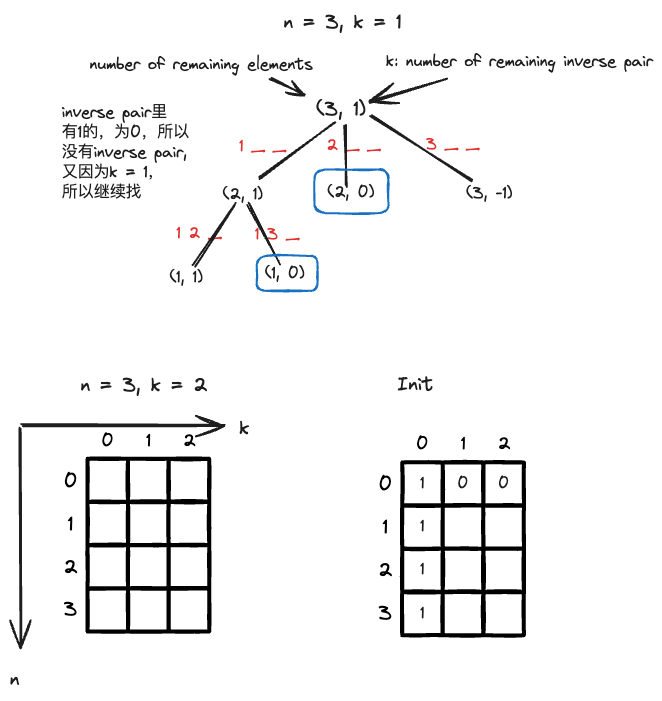
This is leetcode_with_adam/docs/leetcode/629-k-inverse-pair-array/assets/1_recursive.excalidraw.png from a4lamber/Leetcode, a Excalidraw export, as it was before one commit. Source tidied: one line per element, renumbered; positions are measured from the earlier drawing's top-left corner, leaving out a move shared by most shapes. Its diagram source:
```json
{"id": 0, "type": "text", "text": "n = 3, k = 1", "strokeColor": "#1e1e1e", "strokeWidth": 2, "roughness": 1, "fontSize": 20, "fontFamily": 1, "x": 274, "y": 0, "width": 118, "height": 25}
{"id": 1, "type": "text", "text": "(3, 1)", "strokeColor": "#1e1e1e", "strokeWidth": 2, "roughness": 1, "fontSize": 20, "fontFamily": 1, "x": 306, "y": 87, "width": 49, "height": 25}
{"id": 2, "type": "text", "text": "number of remaining elements", "strokeColor": "#1e1e1e", "strokeWidth": 2, "roughness": 1, "fontSize": 16, "fontFamily": 1, "x": 80, "y": 45, "width": 223, "height": 20}
{"id": 3, "type": "arrow", "strokeColor": "#1e1e1e", "strokeWidth": 2, "roughness": 1, "endArrowhead": "arrow", "round": true, "from": 2, "to": 1, "x": 260, "y": 70, "width": 34, "height": 16, "points": [[0, 0], [34, 16]]}
{"id": 4, "type": "text", "text": "k: number of remaining inverse pair", "strokeColor": "#1e1e1e", "strokeWidth": 2, "roughness": 1, "fontSize": 16, "fontFamily": 1, "x": 376, "y": 42, "width": 267, "height": 20}
{"id": 5, "type": "arrow", "strokeColor": "#1e1e1e", "strokeWidth": 2, "roughness": 1, "endArrowhead": "arrow", "round": true, "from": 4, "to": 1, "x": 436, "y": 68, "width": 78, "height": 24, "points": [[0, 0], [-78, 24]]}
{"id": 6, "type": "text", "text": "1 _ _", "strokeColor": "#e03131", "strokeWidth": 2, "roughness": 1, "fontSize": 16, "fontFamily": 1, "x": 229, "y": 127, "width": 47, "height": 20}
{"id": 7, "type": "text", "text": "2 _ _", "strokeColor": "#e03131", "strokeWidth": 2, "roughness": 1, "fontSize": 16, "fontFamily": 1, "x": 317, "y": 126, "width": 54, "height": 20}
{"id": 8, "type": "text", "text": "3 _ _", "strokeColor": "#e03131", "strokeWidth": 2, "roughness": 1, "fontSize": 16, "fontFamily": 1, "x": 416, "y": 125, "width": 53, "height": 20}
{"id": 9, "type": "text", "text": "(2, 1)", "strokeColor": "#1e1e1e", "strokeWidth": 2, "roughness": 1, "fontSize": 16, "fontFamily": 1, "x": 213, "y": 175, "width": 40, "height": 20}
{"id": 10, "type": "text", "text": "(2, 0)", "strokeColor": "#1e1e1e", "strokeWidth": 2, "roughness": 1, "fontSize": 16, "fontFamily": 1, "x": 318, "y": 173, "width": 47, "height": 20}
{"id": 11, "type": "text", "text": "(3, -1)", "strokeColor": "#1e1e1e", "strokeWidth": 2, "roughness": 1, "fontSize": 16, "fontFamily": 1, "x": 456, "y": 174, "width": 46, "height": 20}
{"id": 12, "type": "line", "strokeColor": "#1e1e1e", "strokeWidth": 2, "roughness": 1, "round": true, "x": 324, "y": 112, "width": 76, "height": 56, "points": [[0, 0], [-76, 56]]}
{"id": 13, "type": "line", "strokeColor": "#1e1e1e", "strokeWidth": 2, "roughness": 1, "round": true, "x": 335, "y": 115, "width": 2, "height": 62, "points": [[0, 0], [2, 62]]}
{"id": 14, "type": "line", "strokeColor": "#1e1e1e", "strokeWidth": 2, "roughness": 1, "round": true, "x": 360, "y": 105, "width": 102, "height": 64, "points": [[0, 0], [102, 64]]}
{"id": 15, "type": "text", "text": "inverse pair里\n有1的，为0，所以\n没有inverse pair, \n又因为k = 1，\n所以继续找", "strokeColor": "#1e1e1e", "strokeWidth": 2, "roughness": 1, "fontSize": 16, "fontFamily": 1, "x": 52, "y": 93, "width": 133, "height": 100}
{"id": 16, "type": "text", "text": "1 2 _", "strokeColor": "#e03131", "strokeWidth": 2, "roughness": 1, "fontSize": 16, "fontFamily": 1, "x": 166, "y": 214, "width": 45, "height": 20}
{"id": 17, "type": "text", "text": "1 3 _", "strokeColor": "#e03131", "strokeWidth": 2, "roughness": 1, "fontSize": 16, "fontFamily": 1, "x": 245, "y": 215, "width": 44, "height": 20}
{"id": 18, "type": "text", "text": "(1, 1)", "strokeColor": "#1e1e1e", "strokeWidth": 2, "roughness": 1, "fontSize": 16, "fontFamily": 1, "x": 160, "y": 258, "width": 33, "height": 20}
{"id": 19, "type": "text", "text": "(1, 0)", "strokeColor": "#1e1e1e", "strokeWidth": 2, "roughness": 1, "fontSize": 16, "fontFamily": 1, "x": 255, "y": 254, "width": 40, "height": 20}
{"id": 20, "type": "line", "strokeColor": "#1e1e1e", "strokeWidth": 2, "roughness": 1, "round": true, "x": 225, "y": 194, "width": 41, "height": 61, "points": [[0, 0], [-41, 61]]}
{"id": 21, "type": "line", "strokeColor": "#1e1e1e", "strokeWidth": 2, "roughness": 1, "round": true, "x": 239, "y": 193, "width": 31, "height": 61, "points": [[0, 0], [31, 61]]}
{"id": 22, "type": "rectangle", "strokeColor": "#1971c2", "strokeWidth": 2, "roughness": 1, "round": true, "x": 304, "y": 159, "width": 74, "height": 44}
{"id": 23, "type": "rectangle", "strokeColor": "#1971c2", "strokeWidth": 2, "roughness": 1, "round": true, "x": 247, "y": 246, "width": 61, "height": 35}
{"id": 24, "type": "rectangle", "strokeColor": "#000000", "strokeWidth": 4, "roughness": 1, "x": 77, "y": 449, "width": 41, "height": 43}
{"id": 25, "type": "rectangle", "strokeColor": "#000000", "strokeWidth": 4, "roughness": 1, "x": 118, "y": 449, "width": 41, "height": 43}
{"id": 26, "type": "rectangle", "strokeColor": "#000000", "strokeWidth": 4, "roughness": 1, "x": 159, "y": 449, "width": 41, "height": 43}
{"id": 27, "type": "rectangle", "strokeColor": "#000000", "strokeWidth": 4, "roughness": 1, "x": 77, "y": 492, "width": 41, "height": 43}
{"id": 28, "type": "rectangle", "strokeColor": "#000000", "strokeWidth": 4, "roughness": 1, "x": 118, "y": 492, "width": 41, "height": 43}
{"id": 29, "type": "rectangle", "strokeColor": "#000000", "strokeWidth": 4, "roughness": 1, "x": 159, "y": 492, "width": 41, "height": 43}
{"id": 30, "type": "rectangle", "strokeColor": "#000000", "strokeWidth": 4, "roughness": 1, "x": 77, "y": 535, "width": 41, "height": 43}
{"id": 31, "type": "rectangle", "strokeColor": "#000000", "strokeWidth": 4, "roughness": 1, "x": 118, "y": 535, "width": 41, "height": 43}
{"id": 32, "type": "rectangle", "strokeColor": "#000000", "strokeWidth": 4, "roughness": 1, "x": 159, "y": 535, "width": 41, "height": 43}
{"id": 33, "type": "rectangle", "strokeColor": "#000000", "strokeWidth": 4, "roughness": 1, "x": 77, "y": 579, "width": 41, "height": 43}
{"id": 34, "type": "rectangle", "strokeColor": "#000000", "strokeWidth": 4, "roughness": 1, "x": 118, "y": 579, "width": 41, "height": 43}
{"id": 35, "type": "rectangle", "strokeColor": "#000000", "strokeWidth": 4, "roughness": 1, "x": 159, "y": 579, "width": 41, "height": 43}
{"id": 36, "type": "text", "text": "0", "strokeColor": "#000000", "strokeWidth": 4, "roughness": 2, "fontSize": 17.99, "fontFamily": 1, "x": 92, "y": 420, "width": 13, "height": 23}
{"id": 37, "type": "text", "text": "1", "strokeColor": "#000000", "strokeWidth": 4, "roughness": 2, "fontSize": 17.99, "fontFamily": 1, "x": 136, "y": 420, "width": 5, "height": 23}
{"id": 38, "type": "text", "text": "2", "strokeColor": "#000000", "strokeWidth": 4, "roughness": 2, "fontSize": 17.99, "fontFamily": 1, "x": 173, "y": 420, "width": 13, "height": 23}
{"id": 39, "type": "text", "text": "0", "strokeColor": "#000000", "backgroundColor": "#ced4da", "fillStyle": "solid", "strokeWidth": 4, "roughness": 0, "fontSize": 19.87, "fontFamily": 1, "x": 54, "y": 459, "width": 14, "height": 25}
{"id": 40, "type": "text", "text": "1", "strokeColor": "#000000", "backgroundColor": "#ced4da", "fillStyle": "solid", "strokeWidth": 4, "roughness": 0, "fontSize": 19.87, "fontFamily": 1, "x": 58, "y": 502, "width": 5, "height": 25}
{"id": 41, "type": "text", "text": "2", "strokeColor": "#000000", "backgroundColor": "#ced4da", "fillStyle": "solid", "strokeWidth": 4, "roughness": 0, "fontSize": 19.87, "fontFamily": 1, "x": 54, "y": 545, "width": 14, "height": 25}
{"id": 42, "type": "text", "text": "3", "strokeColor": "#000000", "backgroundColor": "#ced4da", "fillStyle": "solid", "strokeWidth": 4, "roughness": 0, "fontSize": 19.87, "fontFamily": 1, "x": 54, "y": 587, "width": 14, "height": 25}
{"id": 43, "type": "text", "text": "n = 3, k = 2", "strokeColor": "#1e1e1e", "strokeWidth": 2, "roughness": 1, "fontSize": 20, "fontFamily": 1, "x": 71, "y": 363, "width": 127, "height": 25}
{"id": 44, "type": "rectangle", "strokeColor": "#000000", "strokeWidth": 4, "roughness": 1, "x": 392, "y": 452, "width": 41, "height": 43}
{"id": 45, "type": "text", "text": "1", "strokeColor": "#1e1e1e", "strokeWidth": 2, "roughness": 1, "fontSize": 16, "fontFamily": 1, "textAlign": "center", "verticalAlign": "middle", "inside": 44, "x": 410, "y": 464, "width": 4, "height": 20}
{"id": 46, "type": "rectangle", "strokeColor": "#000000", "strokeWidth": 4, "roughness": 1, "x": 433, "y": 452, "width": 41, "height": 43}
{"id": 47, "type": "text", "text": "0", "strokeColor": "#1e1e1e", "strokeWidth": 2, "roughness": 1, "fontSize": 16, "fontFamily": 1, "textAlign": "center", "verticalAlign": "middle", "inside": 46, "x": 448, "y": 464, "width": 11, "height": 20}
{"id": 48, "type": "rectangle", "strokeColor": "#000000", "strokeWidth": 4, "roughness": 1, "x": 473, "y": 452, "width": 41, "height": 43}
{"id": 49, "type": "text", "text": "0", "strokeColor": "#1e1e1e", "strokeWidth": 2, "roughness": 1, "fontSize": 16, "fontFamily": 1, "textAlign": "center", "verticalAlign": "middle", "inside": 48, "x": 488, "y": 464, "width": 11, "height": 20}
{"id": 50, "type": "rectangle", "strokeColor": "#000000", "strokeWidth": 4, "roughness": 1, "x": 392, "y": 496, "width": 41, "height": 43}
{"id": 51, "type": "text", "text": "1", "strokeColor": "#1e1e1e", "strokeWidth": 2, "roughness": 1, "fontSize": 16, "fontFamily": 1, "textAlign": "center", "verticalAlign": "middle", "inside": 50, "x": 410, "y": 507, "width": 4, "height": 20}
{"id": 52, "type": "rectangle", "strokeColor": "#000000", "strokeWidth": 4, "roughness": 1, "x": 433, "y": 496, "width": 41, "height": 43}
{"id": 53, "type": "rectangle", "strokeColor": "#000000", "strokeWidth": 4, "roughness": 1, "x": 473, "y": 496, "width": 41, "height": 43}
{"id": 54, "type": "rectangle", "strokeColor": "#000000", "strokeWidth": 4, "roughness": 1, "x": 392, "y": 539, "width": 41, "height": 43}
{"id": 55, "type": "text", "text": "1", "strokeColor": "#1e1e1e", "strokeWidth": 2, "roughness": 1, "fontSize": 16, "fontFamily": 1, "textAlign": "center", "verticalAlign": "middle", "inside": 54, "x": 410, "y": 550, "width": 4, "height": 20}
{"id": 56, "type": "rectangle", "strokeColor": "#000000", "strokeWidth": 4, "roughness": 1, "x": 433, "y": 539, "width": 41, "height": 43}
{"id": 57, "type": "rectangle", "strokeColor": "#000000", "strokeWidth": 4, "roughness": 1, "x": 473, "y": 539, "width": 41, "height": 43}
{"id": 58, "type": "rectangle", "strokeColor": "#000000", "strokeWidth": 4, "roughness": 1, "x": 392, "y": 582, "width": 41, "height": 43}
{"id": 59, "type": "text", "text": "1", "strokeColor": "#1e1e1e", "strokeWidth": 2, "roughness": 1, "fontSize": 16, "fontFamily": 1, "textAlign": "center", "verticalAlign": "middle", "inside": 58, "x": 410, "y": 594, "width": 4, "height": 20}
{"id": 60, "type": "rectangle", "strokeColor": "#000000", "strokeWidth": 4, "roughness": 1, "x": 433, "y": 582, "width": 41, "height": 43}
{"id": 61, "type": "rectangle", "strokeColor": "#000000", "strokeWidth": 4, "roughness": 1, "x": 473, "y": 582, "width": 41, "height": 43}
{"id": 62, "type": "text", "text": "0", "strokeColor": "#000000", "strokeWidth": 4, "roughness": 2, "fontSize": 17.99, "fontFamily": 1, "x": 406, "y": 423, "width": 13, "height": 23}
{"id": 63, "type": "text", "text": "1", "strokeColor": "#000000", "strokeWidth": 4, "roughness": 2, "fontSize": 17.99, "fontFamily": 1, "x": 451, "y": 423, "width": 5, "height": 23}
{"id": 64, "type": "text", "text": "2", "strokeColor": "#000000", "strokeWidth": 4, "roughness": 2, "fontSize": 17.99, "fontFamily": 1, "x": 488, "y": 423, "width": 13, "height": 23}
{"id": 65, "type": "text", "text": "0", "strokeColor": "#000000", "backgroundColor": "#ced4da", "fillStyle": "solid", "strokeWidth": 4, "roughness": 0, "fontSize": 19.87, "fontFamily": 1, "x": 369, "y": 462, "width": 14, "height": 25}
{"id": 66, "type": "text", "text": "1", "strokeColor": "#000000", "backgroundColor": "#ced4da", "fillStyle": "solid", "strokeWidth": 4, "roughness": 0, "fontSize": 19.87, "fontFamily": 1, "x": 373, "y": 505, "width": 5, "height": 25}
{"id": 67, "type": "text", "text": "2", "strokeColor": "#000000", "backgroundColor": "#ced4da", "fillStyle": "solid", "strokeWidth": 4, "roughness": 0, "fontSize": 19.87, "fontFamily": 1, "x": 368, "y": 548, "width": 14, "height": 25}
{"id": 68, "type": "text", "text": "3", "strokeColor": "#000000", "backgroundColor": "#ced4da", "fillStyle": "solid", "strokeWidth": 4, "roughness": 0, "fontSize": 19.87, "fontFamily": 1, "x": 368, "y": 591, "width": 14, "height": 25}
{"id": 69, "type": "arrow", "strokeColor": "#1e1e1e", "strokeWidth": 2, "roughness": 1, "endArrowhead": "arrow", "round": true, "x": 10, "y": 418, "width": 1, "height": 219, "points": [[0, 0], [1, 219]]}
{"id": 70, "type": "arrow", "strokeColor": "#1e1e1e", "strokeWidth": 2, "roughness": 1, "endArrowhead": "arrow", "round": true, "x": 12, "y": 415, "width": 201, "height": 0, "points": [[0, 0], [201, 0]]}
{"id": 71, "type": "text", "text": "k", "strokeColor": "#1e1e1e", "strokeWidth": 2, "roughness": 1, "fontSize": 20, "fontFamily": 1, "x": 230, "y": 406, "width": 10, "height": 25}
{"id": 72, "type": "text", "text": "n", "strokeColor": "#1e1e1e", "strokeWidth": 2, "roughness": 1, "fontSize": 20, "fontFamily": 1, "x": 0, "y": 657, "width": 9, "height": 25}
{"id": 73, "type": "text", "text": "Init", "strokeColor": "#1e1e1e", "strokeWidth": 2, "roughness": 1, "fontSize": 20, "fontFamily": 1, "x": 388, "y": 362, "width": 36, "height": 25}
```
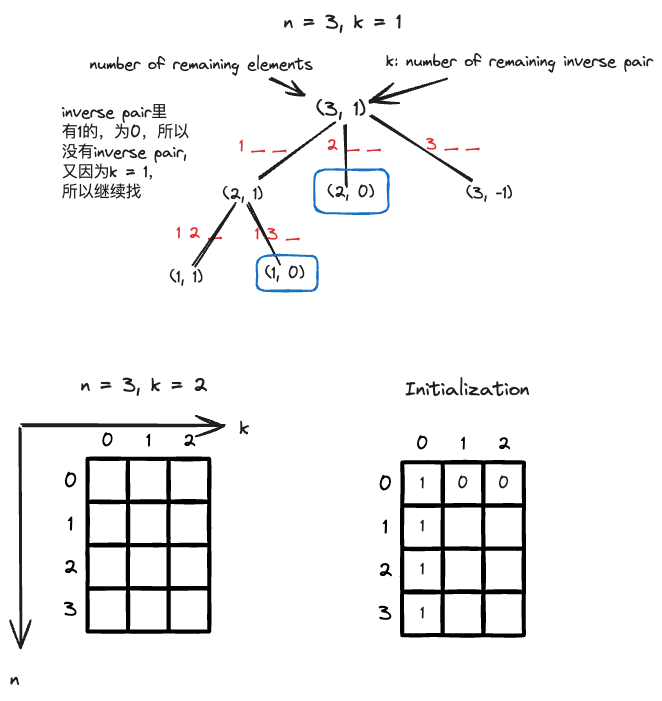
The same file after the commit.

The edit, as a diff of the source:
```diff
@@ -71,4 +71,4 @@
 {"id": 70, "type": "arrow", "strokeColor": "#1e1e1e", "strokeWidth": 2, "roughness": 1, "endArrowhead": "arrow", "round": true, "x": 12, "y": 415, "width": 201, "height": 0, "points": [[0, 0], [201, 0]]}
 {"id": 71, "type": "text", "text": "k", "strokeColor": "#1e1e1e", "strokeWidth": 2, "roughness": 1, "fontSize": 20, "fontFamily": 1, "x": 230, "y": 406, "width": 10, "height": 25}
 {"id": 72, "type": "text", "text": "n", "strokeColor": "#1e1e1e", "strokeWidth": 2, "roughness": 1, "fontSize": 20, "fontFamily": 1, "x": 0, "y": 657, "width": 9, "height": 25}
-{"id": 73, "type": "text", "text": "Init", "strokeColor": "#1e1e1e", "strokeWidth": 2, "roughness": 1, "fontSize": 20, "fontFamily": 1, "x": 388, "y": 362, "width": 36, "height": 25}
+{"id": 73, "type": "text", "text": "Initialization", "strokeColor": "#1e1e1e", "strokeWidth": 2, "roughness": 1, "fontSize": 20, "fontFamily": 1, "x": 395, "y": 367, "width": 124, "height": 25}
```
